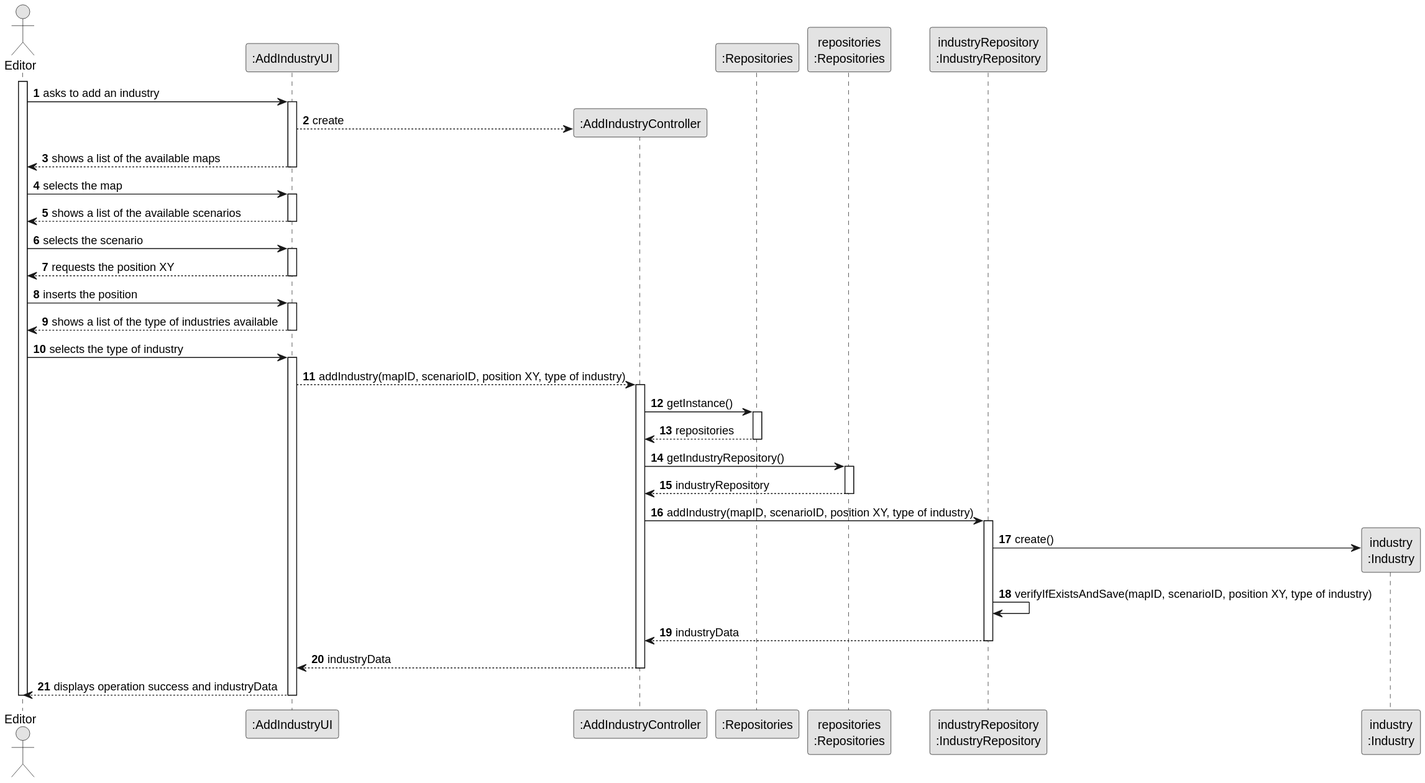
The PlantUML diagram docs/sprint2/us002/03.design/svg/us002-sequence-diagram-full.svg in ivasduarte/all-aboard, before a commit.
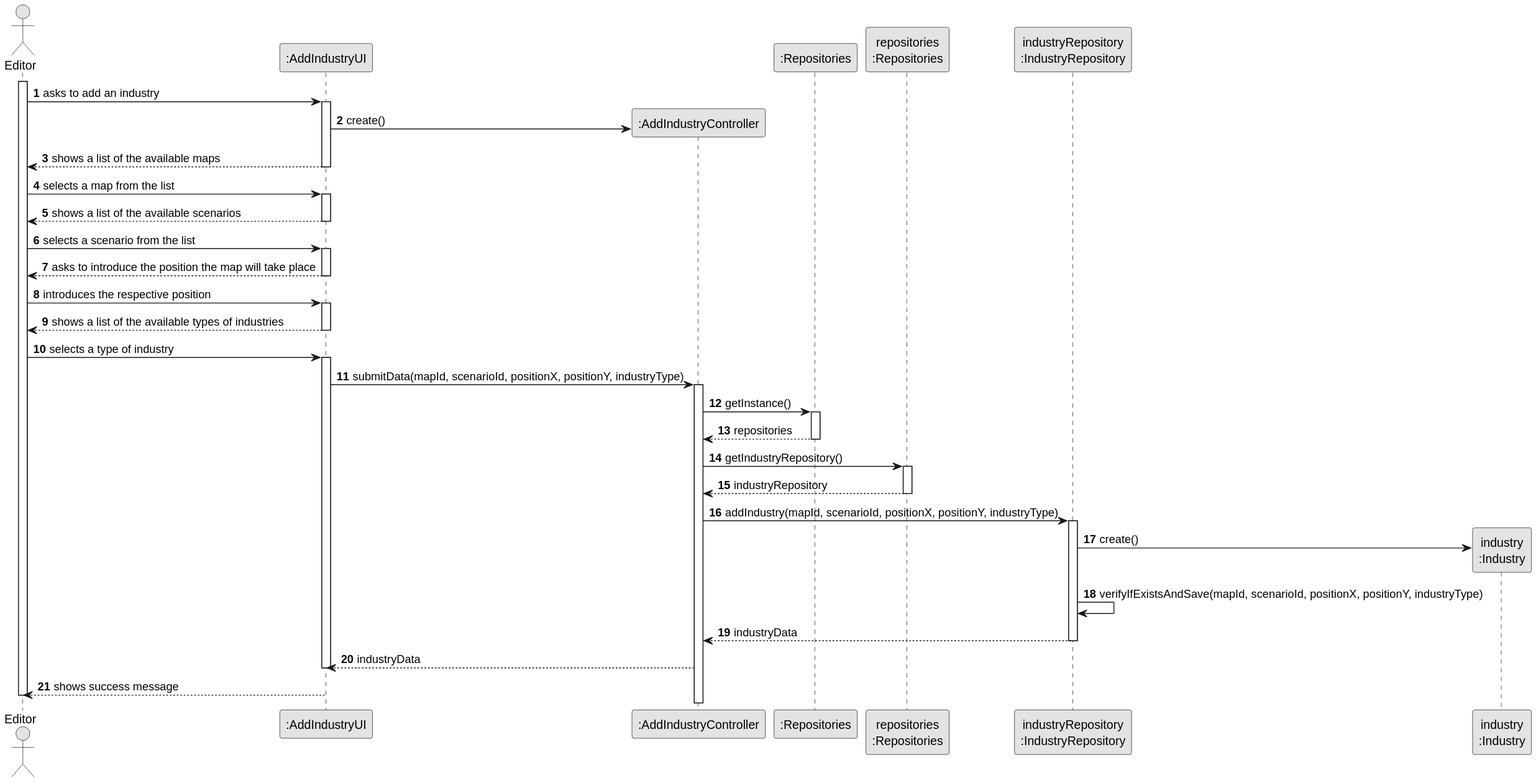
After the commit.

Commit message:
US02(docs): updated the sequence diagram

The edit, as a diff of the source:
```diff
@@ -14,7 +14,7 @@
 activate UI
 
 create ":AddIndustryController" as CTRL
-UI --> CTRL : create
+UI -> CTRL : create()
 
 participant ":Repositories" as RepositorySingleton
 participant "repositories\n:Repositories" as PLAT
@@ -23,54 +23,58 @@
 UI --> Editor : shows a list of the available maps
 deactivate UI
 
-Editor -> UI : selects the map
+Editor -> UI : selects a map from the list
 activate UI
 
 UI --> Editor : shows a list of the available scenarios
 deactivate UI
 
-Editor -> UI : selects the scenario
+Editor -> UI : selects a scenario from the list
 activate UI
-UI --> Editor : requests the position XY
+
+UI --> Editor : asks to introduce the position the map will take place
 deactivate UI
 
-Editor -> UI : inserts the position
+Editor -> UI : introduces the respective position
 activate UI
-UI --> Editor : shows a list of the type of industries available
+
+UI --> Editor : shows a list of the available types of industries
 deactivate UI
 
-Editor -> UI : selects the type of industry
+Editor -> UI : selects a type of industry
 activate UI
 
-UI --> CTRL : addIndustry(mapID, scenarioID, position XY, type of industry)
+UI -> CTRL : submitData(mapId, scenarioId, positionX, positionY, industryType)
 activate CTRL
 
 CTRL -> RepositorySingleton : getInstance()
 activate RepositorySingleton
+
 RepositorySingleton --> CTRL : repositories
 deactivate RepositorySingleton
 
 CTRL -> PLAT : getIndustryRepository()
 activate PLAT
+
 PLAT --> CTRL : industryRepository
 deactivate PLAT
 
-CTRL -> industryRepository : addIndustry(mapID, scenarioID, position XY, type of industry)
+CTRL -> industryRepository : addIndustry(mapId, scenarioId, positionX, positionY, industryType)
 activate industryRepository
 
-create "industry\n:Industry" as Industry
-industryRepository -> Industry : create()
+create "industry\n:Industry" as industry
+industryRepository -> industry : create()
 
-industryRepository -> industryRepository : verifyIfExistsAndSave(mapID, scenarioID, position XY, type of industry)
+industryRepository -> industryRepository : verifyIfExistsAndSave(mapId, scenarioId, positionX, positionY, industryType)
 
 industryRepository --> CTRL : industryData
 deactivate industryRepository
 
 CTRL --> UI : industryData
-deactivate CTRL
+deactivate UI
 
-UI --> Editor : displays operation success and industryData
-deactivate UI
+UI --> Editor : shows success message
+deactivate Editor
 
 deactivate Editor
 @enduml
```
